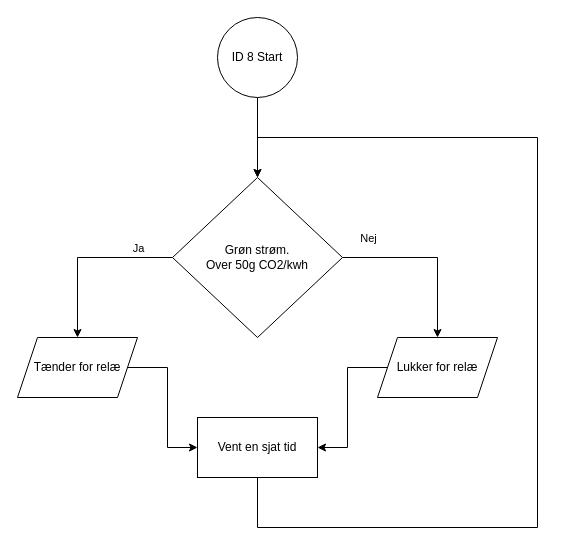
Before: SW FlowCharts/ID8 V1 Gren Power.drawio in KEA-E24-B9-IOT1/E24-B9-IoT1, a draw.io diagram. Source tidied: cells renumbered, new cells numbered last; positions are measured from the earlier drawing's top-left corner, leaving out a move shared by most shapes. Both pictures are drawn from the tidied source at 100%, with x=0, y=0 at pixel (17, 17).
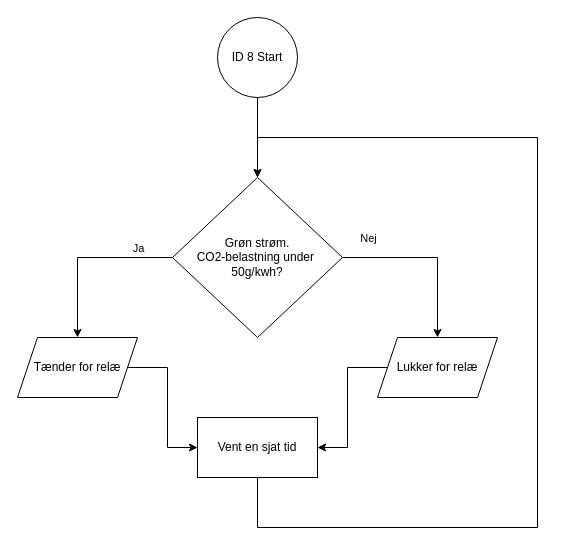
The same diagram, later.

What changed in the source:
```diff
@@
 <mxGraphModel>
   <root>
     <mxCell id="0" />
     <mxCell id="1" parent="0" />
     <mxCell id="2" style="edgeStyle=orthogonalEdgeStyle;rounded=0;jettySize=auto;html=1;entryX=0.5;entryY=0;entryDx=0;entryDy=0;" parent="1" edge="1" source="6" target="10">
       <mxGeometry relative="1" as="geometry" />
     </mxCell>
     <mxCell id="3" value="Ja" style="edgeLabel;html=1;align=center;verticalAlign=middle;" parent="2" vertex="1">
       <mxGeometry x="-0.31" y="2" relative="1" as="geometry">
         <mxPoint x="25" y="-12" as="offset" />
       </mxGeometry>
     </mxCell>
     <mxCell id="4" style="edgeStyle=orthogonalEdgeStyle;rounded=0;jettySize=auto;html=1;entryX=0.5;entryY=0;entryDx=0;entryDy=0;" parent="1" edge="1" source="6" target="12">
       <mxGeometry relative="1" as="geometry" />
     </mxCell>
     <mxCell id="5" value="Nej" style="edgeLabel;html=1;align=center;verticalAlign=middle;" parent="4" vertex="1">
       <mxGeometry x="-0.6" y="2" relative="1" as="geometry">
         <mxPoint x="-10" y="-18" as="offset" />
       </mxGeometry>
     </mxCell>
-    <mxCell id="6" value="Grøn strøm. &lt;br&gt;Over 50g CO2/kwh" style="rhombus;whiteSpace=wrap;html=1;" parent="1" vertex="1">
+    <mxCell id="6" value="Grøn strøm. &lt;br&gt;&lt;div&gt;CO2-belastning under&amp;nbsp;&lt;/div&gt;&lt;div&gt;50g/kwh?&lt;/div&gt;" style="rhombus;whiteSpace=wrap;html=1;" parent="1" vertex="1">
       <mxGeometry x="155" y="160" width="170" height="160" as="geometry" />
     </mxCell>
     <mxCell id="7" style="edgeStyle=orthogonalEdgeStyle;rounded=0;jettySize=auto;html=1;" parent="1" edge="1" source="8" target="6">
       <mxGeometry relative="1" as="geometry" />
     </mxCell>
     <mxCell id="8" value="ID 8 Start" style="ellipse;whiteSpace=wrap;html=1;" parent="1" vertex="1">
       <mxGeometry x="200" width="80" height="80" as="geometry" />
     </mxCell>
     <mxCell id="9" style="edgeStyle=orthogonalEdgeStyle;rounded=0;jettySize=auto;html=1;entryX=0;entryY=0.5;entryDx=0;entryDy=0;" parent="1" edge="1" source="10" target="14">
       <mxGeometry relative="1" as="geometry" />
     </mxCell>
     <mxCell id="10" value="Tænder for relæ" style="shape=parallelogram;perimeter=parallelogramPerimeter;whiteSpace=wrap;html=1;fixedSize=1;" parent="1" vertex="1">
       <mxGeometry y="320" width="120" height="60" as="geometry" />
     </mxCell>
     <mxCell id="11" style="edgeStyle=orthogonalEdgeStyle;rounded=0;jettySize=auto;html=1;entryX=1;entryY=0.5;entryDx=0;entryDy=0;" parent="1" edge="1" source="12" target="14">
       <mxGeometry relative="1" as="geometry" />
     </mxCell>
     <mxCell id="12" value="Lukker for relæ" style="shape=parallelogram;perimeter=parallelogramPerimeter;whiteSpace=wrap;html=1;fixedSize=1;" parent="1" vertex="1">
       <mxGeometry x="360" y="320" width="120" height="60" as="geometry" />
     </mxCell>
     <mxCell id="13" style="edgeStyle=orthogonalEdgeStyle;rounded=0;jettySize=auto;html=1;entryX=0.5;entryY=0;entryDx=0;entryDy=0;" parent="1" edge="1" source="14" target="6">
       <mxGeometry relative="1" as="geometry">
         <Array as="points">
           <mxPoint x="240" y="510" />
           <mxPoint x="520" y="510" />
           <mxPoint x="520" y="120" />
           <mxPoint x="240" y="120" />
         </Array>
       </mxGeometry>
     </mxCell>
     <mxCell id="14" value="Vent en sjat tid" style="rounded=0;whiteSpace=wrap;html=1;" parent="1" vertex="1">
       <mxGeometry x="180" y="400" width="120" height="60" as="geometry" />
     </mxCell>
   </root>
 </mxGraphModel>
```
